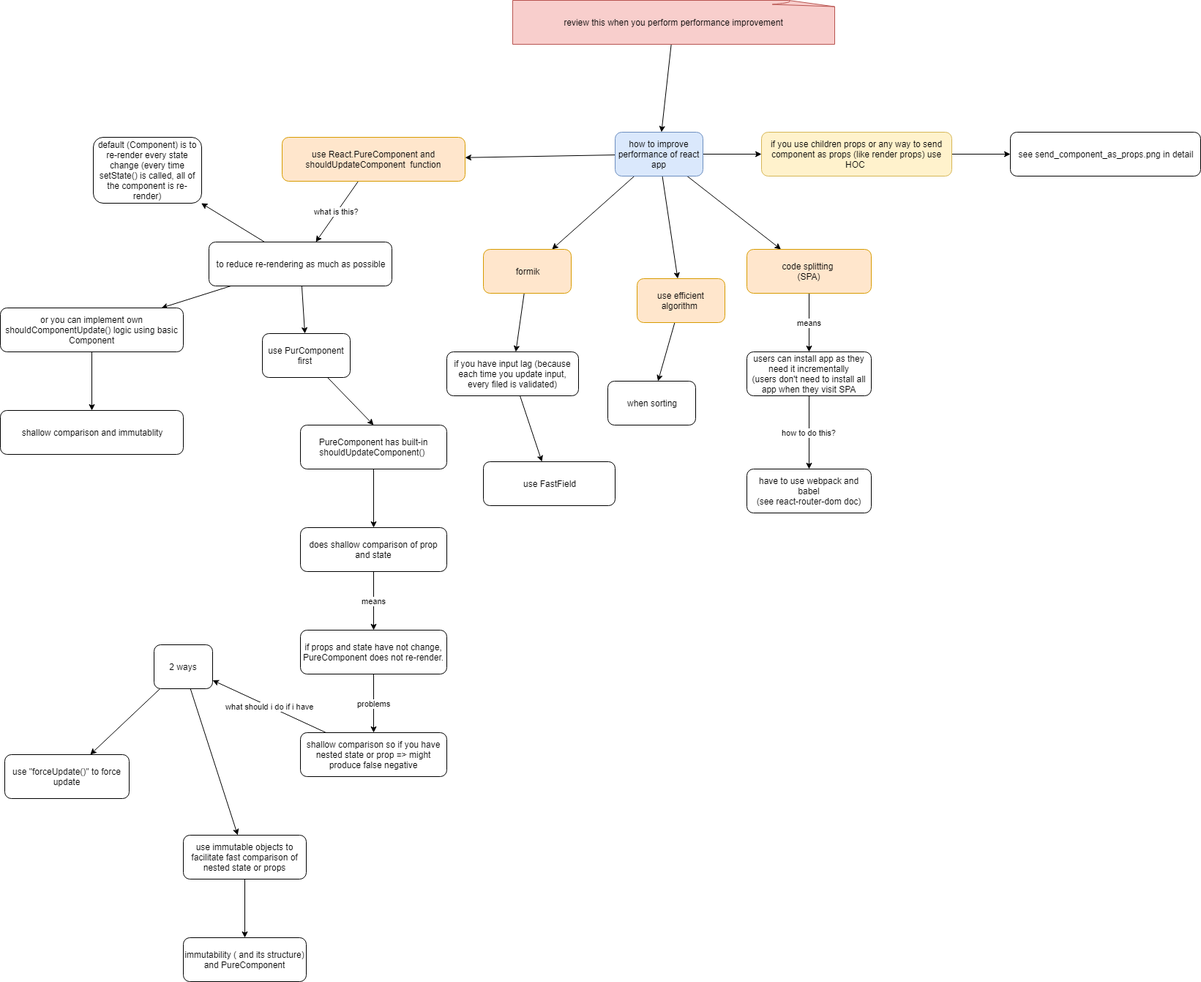
Above: react_performance.png in stsiwo/react_redux_concept (draw.io), before the change. Source tidied: cells renumbered, new cells last; positions are measured from the earlier drawing's top-left corner, leaving out a move shared by most shapes.
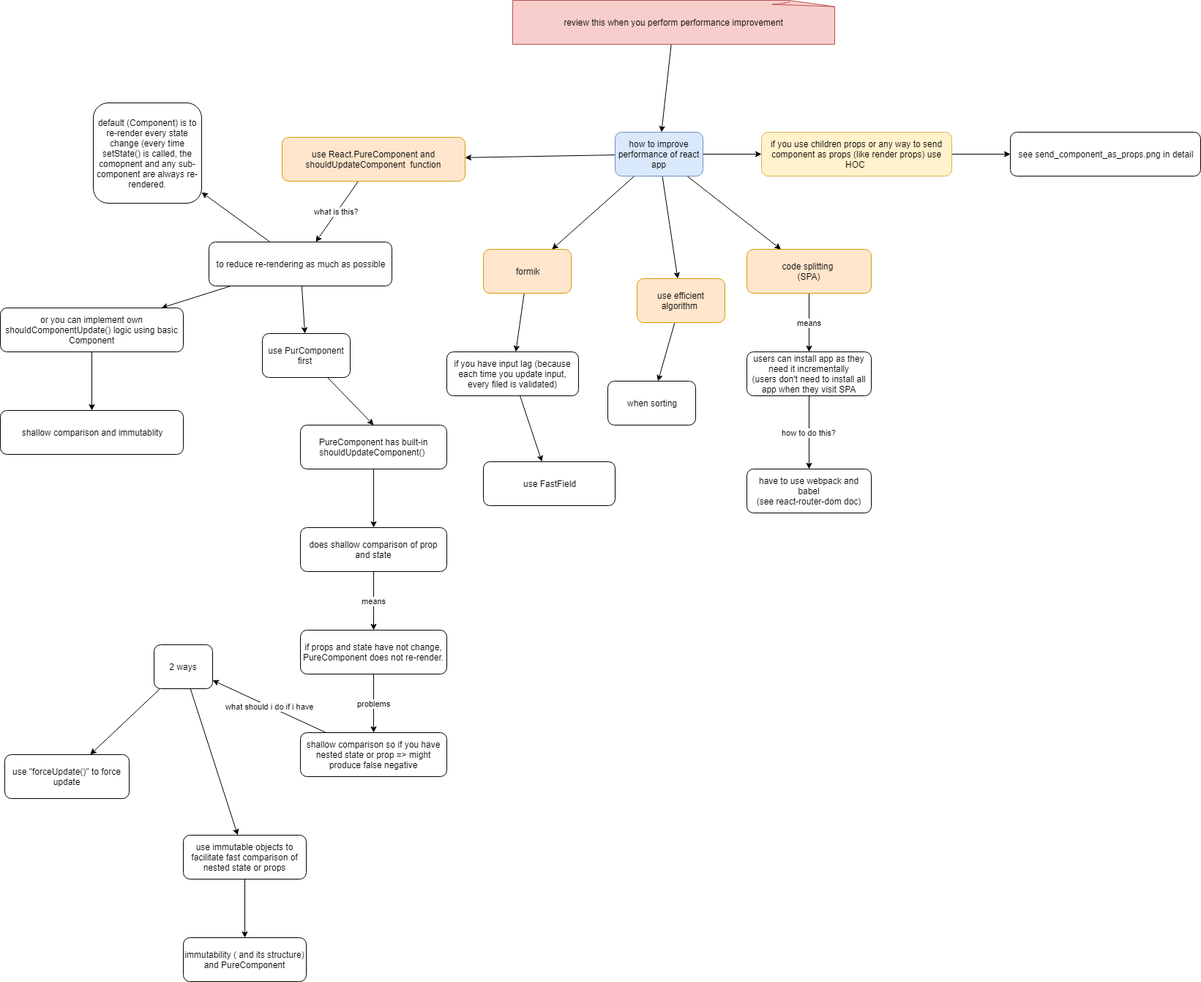
The same diagram one commit later.

Change to the diagram source:
```diff
@@ -140,8 +140,8 @@
     <mxCell id="47" value="use &quot;forceUpdate()&quot; to force update" style="rounded=1;whiteSpace=wrap;html=1;fillColor=#ffffff;strokeColor=#000000;" parent="1" vertex="1">
       <mxGeometry x="6" y="1030" width="170" height="60" as="geometry" />
     </mxCell>
-    <mxCell id="48" value="default (Component) is to re-render every state change (every time setState() is called, all of the component is re-render)" style="rounded=1;whiteSpace=wrap;html=1;" parent="1" vertex="1">
-      <mxGeometry x="127" y="187" width="148" height="90" as="geometry" />
+    <mxCell id="48" value="default (Component) is to re-render every state change (every time setState() is called, the comopnent and any sub-component are always re-rendered." style="rounded=1;whiteSpace=wrap;html=1;" parent="1" vertex="1">
+      <mxGeometry x="127" y="140" width="148" height="137" as="geometry" />
     </mxCell>
     <mxCell id="49" style="edgeStyle=none;rounded=0;html=1;jettySize=auto;" parent="1" edge="1" source="50" target="52">
       <mxGeometry relative="1" as="geometry" />
```
